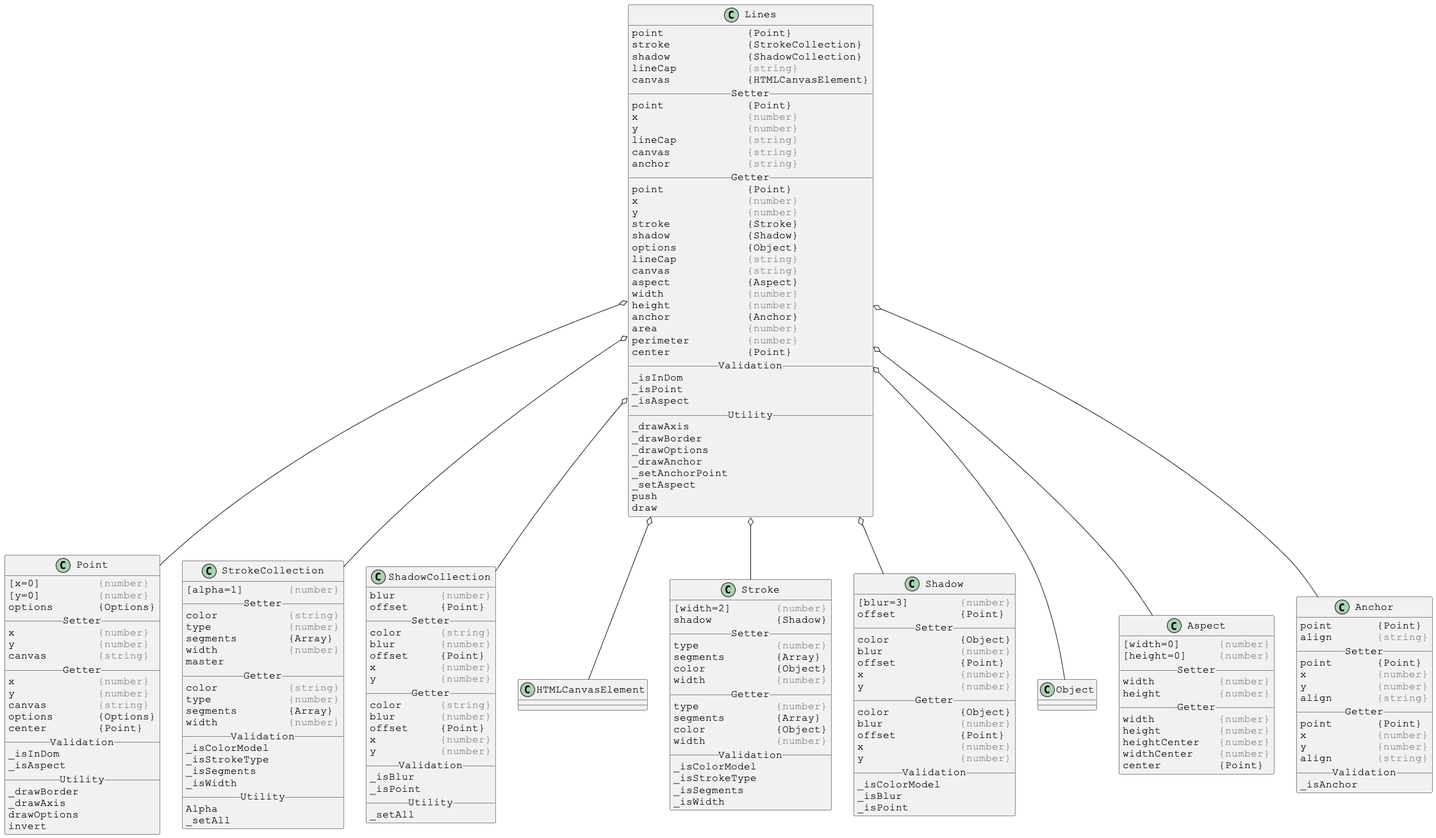
The PlantUML diagram docs/PlantUml/images/linked/Lines-linked.png in Justin-Byrne/canvasLab, before a commit.
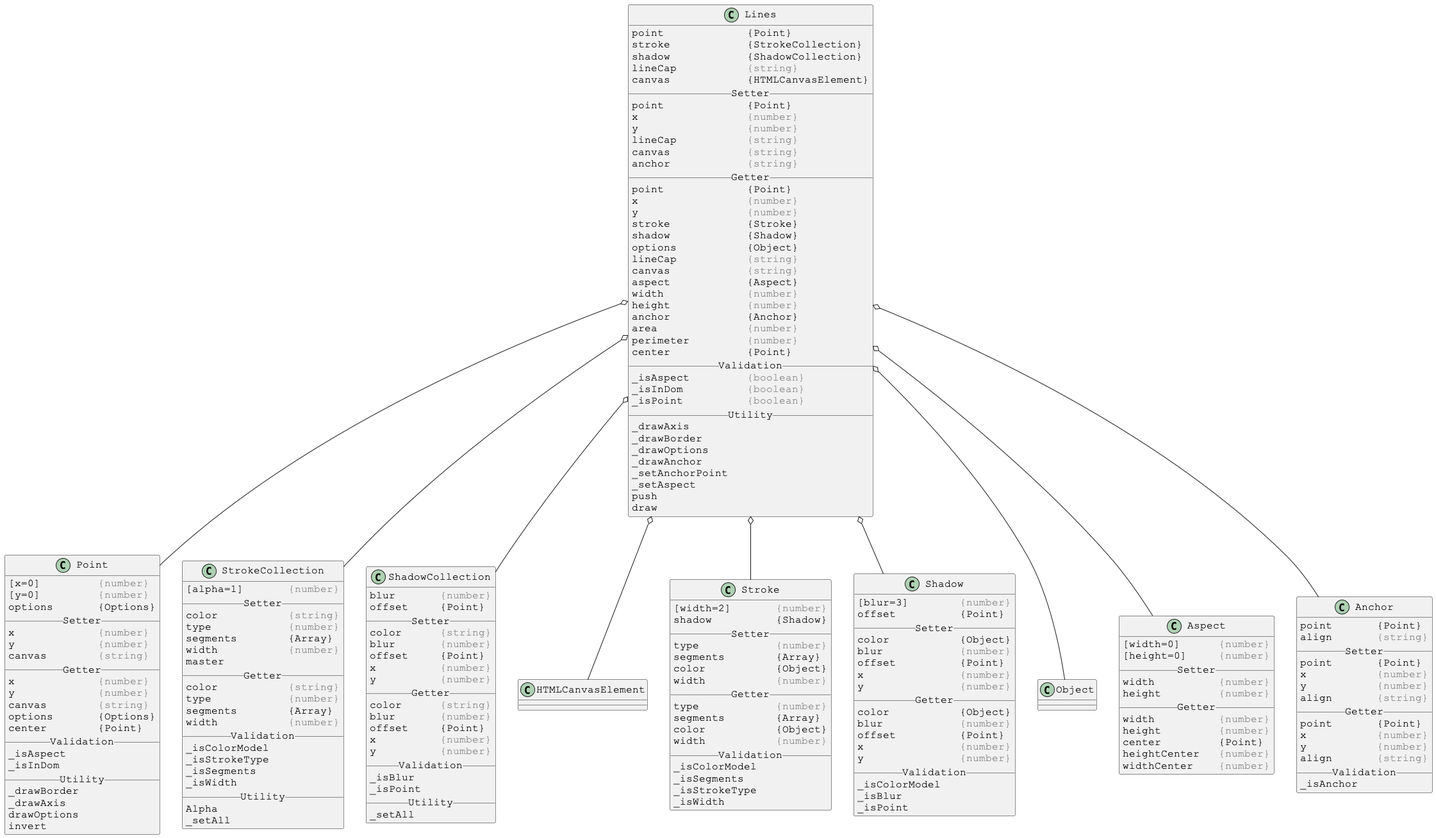
The same file after the commit.

The edit, as a diff of the source:
```diff
@@ -33,9 +33,9 @@
 perimeter         <color:gray>{number}</color>
 center            {Point}
 __ Validation __
-_isInDom
-_isPoint
-_isAspect
+_isAspect         <color:gray>{boolean}</color>
+_isInDom          <color:gray>{boolean}</color>
+_isPoint          <color:gray>{boolean}</color>
 __ Utility __
 _drawAxis
 _drawBorder
@@ -77,8 +77,8 @@
 options       {Options}
 center        {Point}
 __ Validation __
+_isAspect
 _isInDom
-_isAspect
 __ Utility __
 _drawBorder
 _drawAxis
@@ -161,8 +161,8 @@
 width           <color:gray>{number}</color>
 __ Validation __
 _isColorModel
+_isSegments
 _isStrokeType
-_isSegments
 _isWidth
 }
 
@@ -206,9 +206,9 @@
 __ Getter __
 width          <color:gray>{number}</color>
 height         <color:gray>{number}</color>
+center         {Point}
 heightCenter   <color:gray>{number}</color>
 widthCenter    <color:gray>{number}</color>
-center         {Point}
 }
 
 
```
